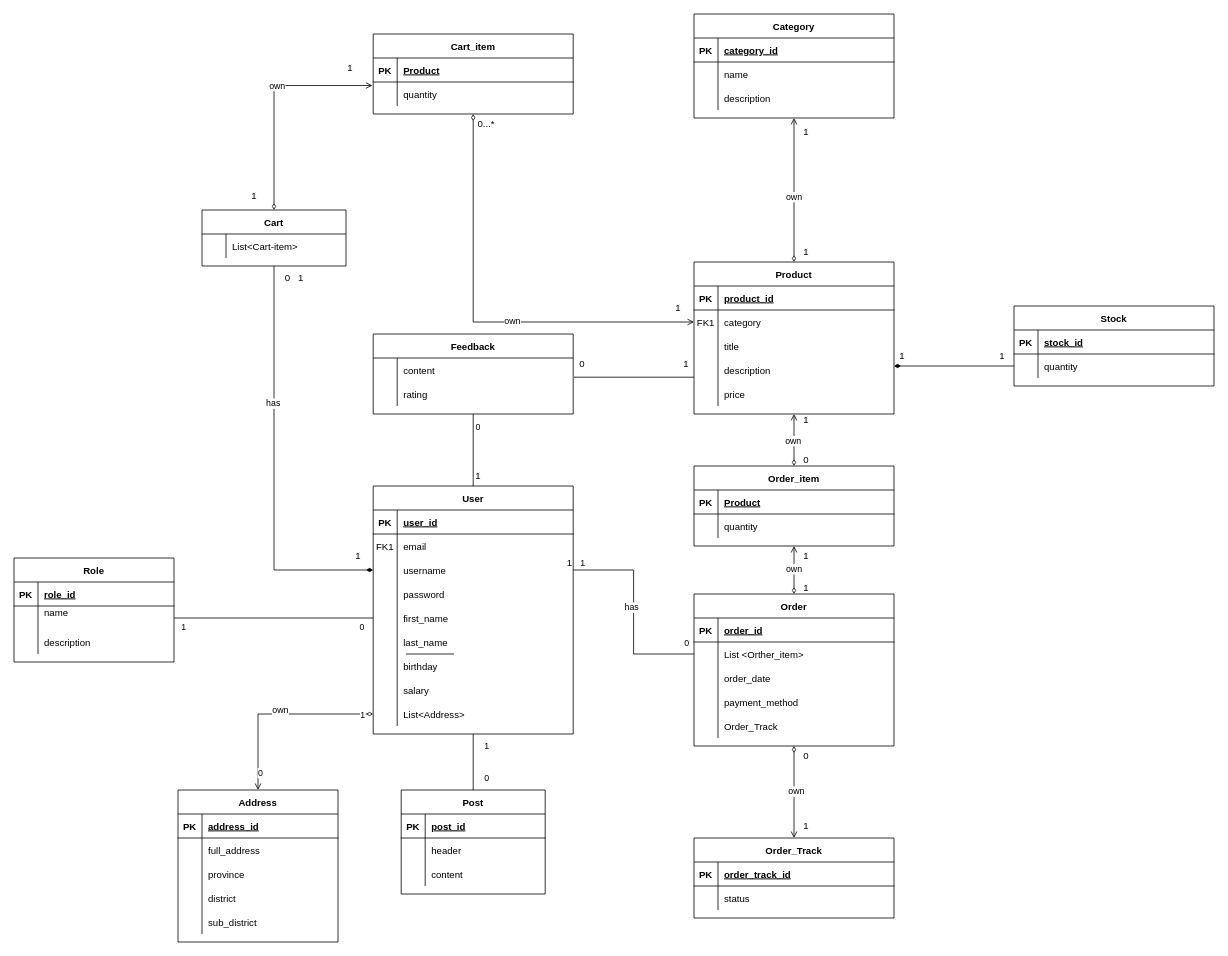
Above: Untitled Diagram.drawio in Bisoo12300/web_project_ERD (draw.io), before the change. Source tidied: cells renumbered, new cells numbered last; positions are measured from the earlier drawing's top-left corner, leaving out a move shared by most shapes. Both pictures are drawn from the tidied source at 80%, with x=0, y=0 at pixel (14, 14).
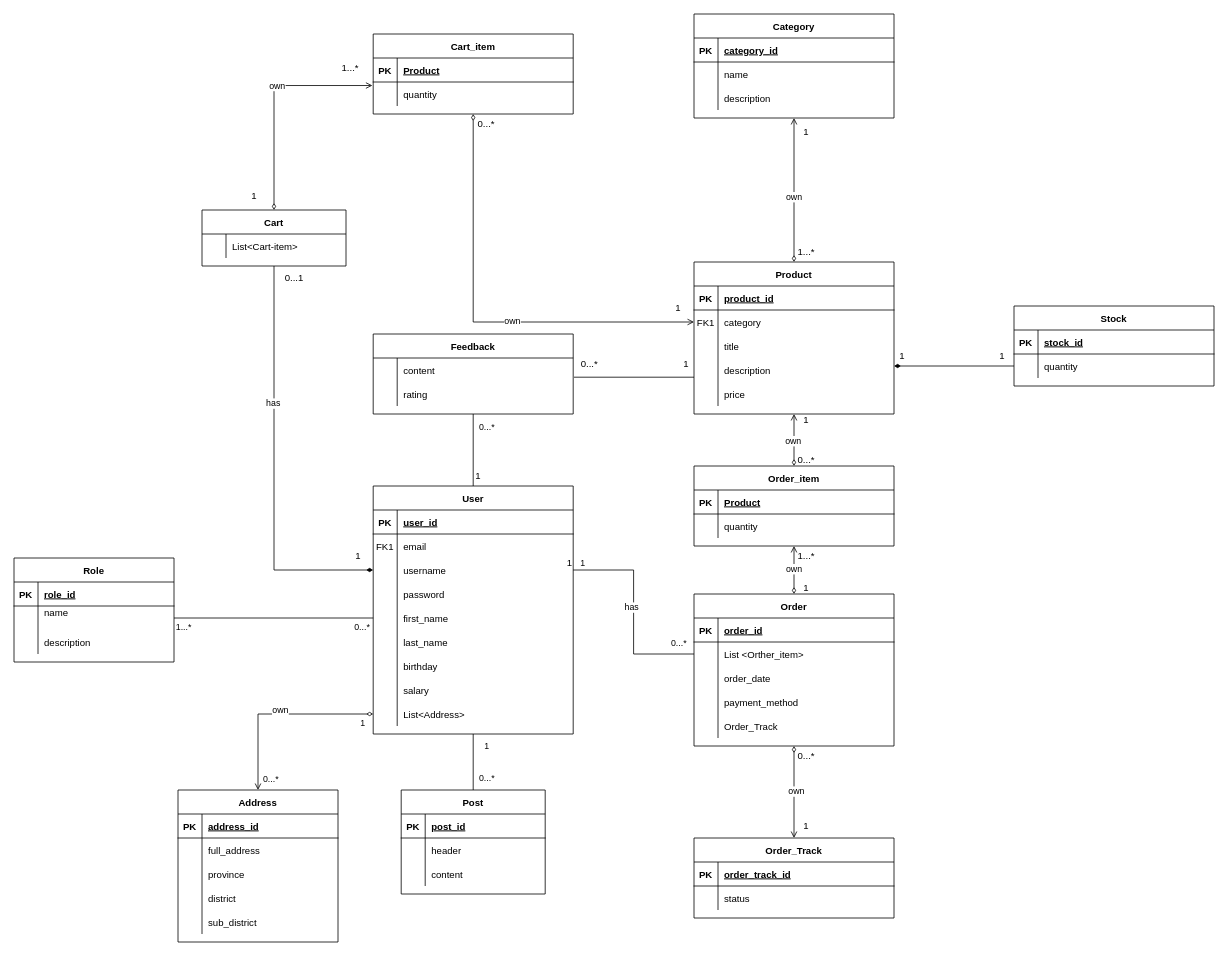
The same page after the edit.

Commit message:
Cập nhật Untitled Diagram.drawio

Unchanged cells that the change refers to:
```xml
<mxCell id="147" style="edgeStyle=orthogonalEdgeStyle;fontSize=12;html=1;endArrow=open;rounded=0;startArrow=diamondThin;startFill=0;endFill=0;" parent="1" edge="1" source="27" target="40">
  <mxGeometry relative="1" as="geometry" />
</mxCell>
<mxCell id="151" style="fontSize=12;html=1;endArrow=none;rounded=0;exitX=0.5;exitY=0;exitDx=0;exitDy=0;entryX=0.5;entryY=1;entryDx=0;entryDy=0;endFill=0;" parent="1" edge="1" source="2" target="66">
  <mxGeometry relative="1" as="geometry" />
</mxCell>
<mxCell id="159" style="endArrow=none;html=1;rounded=0;entryX=1;entryY=0.5;entryDx=0;entryDy=0;exitX=0;exitY=0.5;exitDx=0;exitDy=0;edgeStyle=orthogonalEdgeStyle;" parent="1" edge="1" source="128" target="9">
  <mxGeometry relative="1" as="geometry" />
</mxCell>
<mxCell id="164" style="endArrow=none;html=1;rounded=0;" parent="1" edge="1" source="34" target="15">
  <mxGeometry relative="1" as="geometry" />
</mxCell>
<mxCell id="168" style="endArrow=none;html=1;rounded=0;exitX=0.5;exitY=1;exitDx=0;exitDy=0;entryX=0.5;entryY=0;entryDx=0;entryDy=0;" parent="1" edge="1" source="2" target="56">
  <mxGeometry relative="1" as="geometry" />
</mxCell>
```

Diff of the diagram source:
```diff
@@
-    <mxCell id="149" value="0" style="edgeLabel;html=1;align=center;verticalAlign=middle;" parent="147" vertex="1">
+    <mxCell id="149" value="0...*" style="edgeLabel;html=1;align=center;verticalAlign=middle;" parent="147" vertex="1">
       <mxGeometry x="0.82" y="1" relative="1" as="geometry">
-        <mxPoint x="1" as="offset" />
+        <mxPoint x="14" y="7" as="offset" />
       </mxGeometry>
     </mxCell>
     <mxCell id="150" value="1" style="edgeLabel;html=1;align=center;verticalAlign=middle;" parent="147" vertex="1">
-      <mxGeometry x="-0.88" relative="1" as="geometry" />
+      <mxGeometry x="-0.88" relative="1" as="geometry">
+        <mxPoint y="10" as="offset" />
+      </mxGeometry>
     </mxCell>
@@
-    <mxCell id="152" value="0" style="edgeLabel;html=1;align=center;verticalAlign=middle;" parent="151" vertex="1">
+    <mxCell id="152" value="0...*" style="edgeLabel;html=1;align=center;verticalAlign=middle;" parent="151" vertex="1">
       <mxGeometry x="0.69" y="-5" relative="1" as="geometry">
-        <mxPoint y="1" as="offset" />
+        <mxPoint x="11" y="1" as="offset" />
       </mxGeometry>
     </mxCell>
@@
-    <mxCell id="163" value="0" style="edgeLabel;html=1;align=center;verticalAlign=middle;" parent="159" vertex="1">
+    <mxCell id="163" value="0...*" style="edgeLabel;html=1;align=center;verticalAlign=middle;" parent="159" vertex="1">
       <mxGeometry x="-0.74" relative="1" as="geometry">
-        <mxPoint x="23" y="-15" as="offset" />
+        <mxPoint x="13" y="-15" as="offset" />
       </mxGeometry>
     </mxCell>
@@
-    <mxCell id="165" value="1" style="edgeLabel;html=1;align=center;verticalAlign=middle;" parent="164" vertex="1">
+    <mxCell id="165" value="1...*" style="edgeLabel;html=1;align=center;verticalAlign=middle;" parent="164" vertex="1">
       <mxGeometry x="-0.81" y="-1" relative="1" as="geometry">
         <mxPoint x="-13" y="9" as="offset" />
       </mxGeometry>
     </mxCell>
-    <mxCell id="166" value="0" style="edgeLabel;html=1;align=center;verticalAlign=middle;" parent="164" vertex="1">
+    <mxCell id="166" value="0...*" style="edgeLabel;html=1;align=center;verticalAlign=middle;" parent="164" vertex="1">
       <mxGeometry x="0.88" relative="1" as="geometry">
         <mxPoint y="10" as="offset" />
       </mxGeometry>
     </mxCell>
-    <mxCell id="167" style="line;strokeWidth=1;dashed=0;labelPosition=right;align=left;verticalAlign=middle;spacingTop=0;spacingLeft=6;" parent="1" vertex="1">
-      <mxGeometry x="490" y="795" width="60" height="10" as="geometry" />
-    </mxCell>
@@
-    <mxCell id="170" value="0" style="edgeLabel;html=1;align=center;verticalAlign=middle;" parent="168" vertex="1">
+    <mxCell id="170" value="0...*" style="edgeLabel;html=1;align=center;verticalAlign=middle;" parent="168" vertex="1">
       <mxGeometry x="0.55" y="2" relative="1" as="geometry">
         <mxPoint x="14" as="offset" />
       </mxGeometry>
     </mxCell>
@@
-    <mxCell id="178" value="0" style="text;html=1;align=center;verticalAlign=middle;strokeColor=none;fillColor=none;" parent="1" vertex="1">
-      <mxGeometry x="695" y="423" width="30" height="30" as="geometry" />
+    <mxCell id="178" value="0...*" style="text;html=1;align=center;verticalAlign=middle;strokeColor=none;fillColor=none;" parent="1" vertex="1">
+      <mxGeometry x="699" y="423" width="40" height="30" as="geometry" />
     </mxCell>
@@
-    <mxCell id="184" value="0&amp;nbsp; &amp;nbsp;1" style="text;html=1;align=center;verticalAlign=middle;strokeColor=none;fillColor=none;" parent="1" vertex="1">
+    <mxCell id="184" value="0...1" style="text;html=1;align=center;verticalAlign=middle;strokeColor=none;fillColor=none;" parent="1" vertex="1">
       <mxGeometry x="325" y="315" width="50" height="30" as="geometry" />
     </mxCell>
@@
-    <mxCell id="188" value="1" style="text;html=1;align=center;verticalAlign=middle;strokeColor=none;fillColor=none;" parent="1" vertex="1">
-      <mxGeometry x="405" y="53" width="30" height="30" as="geometry" />
+    <mxCell id="188" value="1...*" style="text;html=1;align=center;verticalAlign=middle;strokeColor=none;fillColor=none;" parent="1" vertex="1">
+      <mxGeometry x="400" y="53" width="40" height="30" as="geometry" />
     </mxCell>
@@
-    <mxCell id="190" value="0" style="text;html=1;align=center;verticalAlign=middle;strokeColor=none;fillColor=none;" parent="1" vertex="1">
-      <mxGeometry x="975" y="543" width="30" height="30" as="geometry" />
+    <mxCell id="190" value="0...*" style="text;html=1;align=center;verticalAlign=middle;strokeColor=none;fillColor=none;" parent="1" vertex="1">
+      <mxGeometry x="970" y="543" width="40" height="30" as="geometry" />
     </mxCell>
@@
-    <mxCell id="194" value="0" style="text;html=1;align=center;verticalAlign=middle;strokeColor=none;fillColor=none;" parent="1" vertex="1">
-      <mxGeometry x="975" y="913" width="30" height="30" as="geometry" />
+    <mxCell id="194" value="0...*" style="text;html=1;align=center;verticalAlign=middle;strokeColor=none;fillColor=none;" parent="1" vertex="1">
+      <mxGeometry x="970" y="913" width="40" height="30" as="geometry" />
     </mxCell>
@@
-    <mxCell id="197" value="1" style="text;html=1;align=center;verticalAlign=middle;strokeColor=none;fillColor=none;" parent="1" vertex="1">
-      <mxGeometry x="975" y="663" width="30" height="30" as="geometry" />
+    <mxCell id="197" value="1...*" style="text;html=1;align=center;verticalAlign=middle;strokeColor=none;fillColor=none;" parent="1" vertex="1">
+      <mxGeometry x="970" y="663" width="40" height="30" as="geometry" />
     </mxCell>
@@
-    <mxCell id="199" value="1" style="text;html=1;align=center;verticalAlign=middle;strokeColor=none;fillColor=none;" parent="1" vertex="1">
-      <mxGeometry x="975" y="283" width="30" height="30" as="geometry" />
+    <mxCell id="199" value="1...*" style="text;html=1;align=center;verticalAlign=middle;strokeColor=none;fillColor=none;" parent="1" vertex="1">
+      <mxGeometry x="970" y="283" width="40" height="30" as="geometry" />
     </mxCell>
```
